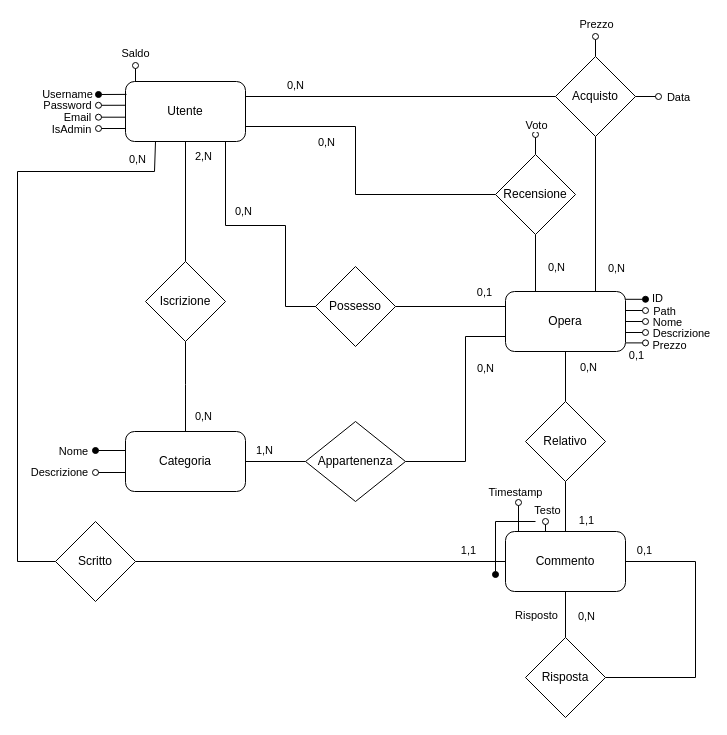
Giuseppe5000/TecWeb keeps this draw.io diagram as page "ristrutturato" (1 of 3) of DB/schema_ristrutturato.drawio. Above is the earlier version. Source tidied: cells renumbered, new cells numbered last; positions are measured from the earlier drawing's top-left corner, leaving out a move shared by most shapes. Both pictures are drawn from the tidied source at 100%, with x=0, y=0 at pixel (17, 36).
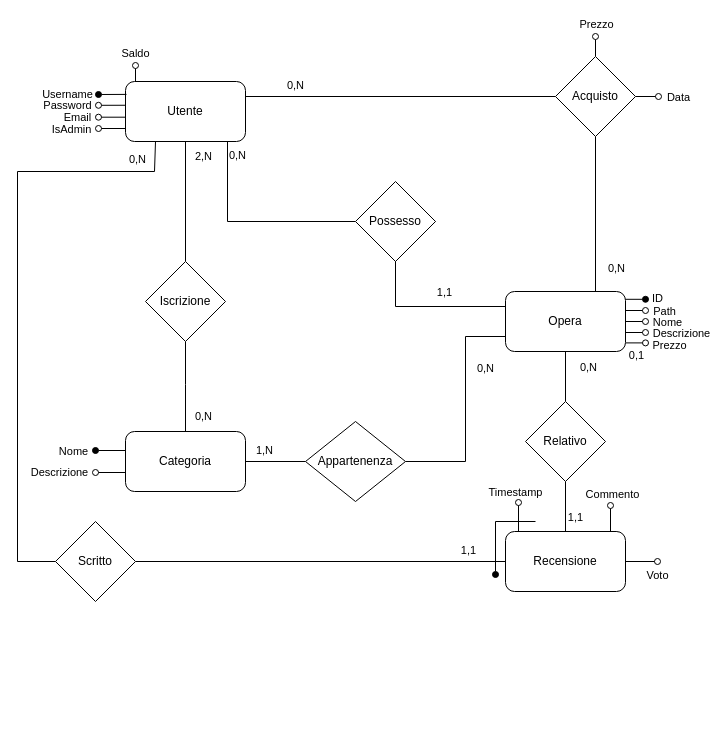
The same diagram, later.

Unchanged cells that the change refers to:
```xml
<mxCell id="7" value="Utente" style="rounded=1;whiteSpace=wrap;html=1;" parent="1" vertex="1">
  <mxGeometry x="108" y="45" width="120" height="60" as="geometry" />
</mxCell>
<mxCell id="24" value="Opera" style="rounded=1;whiteSpace=wrap;html=1;" parent="1" vertex="1">
  <mxGeometry x="488" y="255" width="120" height="60" as="geometry" />
</mxCell>
<mxCell id="32" style="edgeStyle=orthogonalEdgeStyle;rounded=0;jettySize=auto;html=1;exitX=1;exitY=0.5;exitDx=0;exitDy=0;entryX=0;entryY=0.25;entryDx=0;entryDy=0;endArrow=none;endFill=0;" parent="1" edge="1" source="34" target="24">
  <mxGeometry relative="1" as="geometry">
    <Array as="points">
      <mxPoint x="378" y="270" />
    </Array>
  </mxGeometry>
</mxCell>
<mxCell id="38" style="edgeStyle=orthogonalEdgeStyle;rounded=0;jettySize=auto;html=1;exitX=0.5;exitY=1;exitDx=0;exitDy=0;entryX=0.5;entryY=0;entryDx=0;entryDy=0;endArrow=none;endFill=0;" parent="1" edge="1" source="40" target="35">
  <mxGeometry relative="1" as="geometry" />
</mxCell>
```

The edit, as a diff of the source:
```diff
@@
-    <mxCell id="4" style="edgeStyle=orthogonalEdgeStyle;rounded=0;jettySize=auto;html=1;exitX=1;exitY=0.75;exitDx=0;exitDy=0;entryX=0;entryY=0.5;entryDx=0;entryDy=0;endArrow=none;endFill=0;" parent="1" edge="1" source="7" target="29">
-      <mxGeometry relative="1" as="geometry">
-        <Array as="points">
-          <mxPoint x="338" y="90" />
-          <mxPoint x="338" y="158" />
-        </Array>
-      </mxGeometry>
-    </mxCell>
@@
+    <mxCell id="83" value="0,N" style="edgeStyle=orthogonalEdgeStyle;rounded=0;jettySize=auto;html=1;exitX=0.75;exitY=1;exitDx=0;exitDy=0;entryX=0;entryY=0.5;entryDx=0;entryDy=0;endArrow=none;endFill=0;" parent="1" edge="1" source="7" target="34">
+      <mxGeometry x="-0.76" y="10" relative="1" as="geometry">
+        <Array as="points">
+          <mxPoint x="210" y="105" />
+          <mxPoint x="210" y="185" />
+        </Array>
+      </mxGeometry>
+    </mxCell>
@@
-    <mxCell id="25" style="edgeStyle=orthogonalEdgeStyle;rounded=0;jettySize=auto;html=1;exitX=0.5;exitY=1;exitDx=0;exitDy=0;entryX=0.25;entryY=0;entryDx=0;entryDy=0;endArrow=none;endFill=0;" parent="1" edge="1" source="29" target="24">
-      <mxGeometry relative="1" as="geometry" />
-    </mxCell>
-    <mxCell id="26" value="0,N" style="edgeLabel;html=1;align=center;verticalAlign=middle;" parent="25" vertex="1">
-      <mxGeometry x="-0.1" y="2" relative="1" as="geometry">
-        <mxPoint x="18" y="6" as="offset" />
-      </mxGeometry>
-    </mxCell>
-    <mxCell id="27" style="edgeStyle=orthogonalEdgeStyle;rounded=0;jettySize=auto;html=1;exitX=0.5;exitY=0;exitDx=0;exitDy=0;endArrow=oval;endFill=0;" parent="1" edge="1" source="29">
-      <mxGeometry relative="1" as="geometry">
-        <mxPoint x="518" y="98" as="targetPoint" />
-      </mxGeometry>
-    </mxCell>
-    <mxCell id="28" value="Voto" style="edgeLabel;html=1;align=center;verticalAlign=middle;" parent="27" vertex="1">
-      <mxGeometry x="0.31" y="-1" relative="1" as="geometry">
-        <mxPoint x="-1" y="-17" as="offset" />
-      </mxGeometry>
-    </mxCell>
-    <mxCell id="29" value="Recensione" style="rhombus;whiteSpace=wrap;html=1;" parent="1" vertex="1">
-      <mxGeometry x="478" y="118" width="80" height="80" as="geometry" />
-    </mxCell>
-    <mxCell id="30" style="edgeStyle=orthogonalEdgeStyle;rounded=0;orthogonalLoop=1;jettySize=auto;html=1;exitX=0;exitY=0.5;exitDx=0;exitDy=0;entryX=0.75;entryY=1;entryDx=0;entryDy=0;endArrow=none;endFill=0;" parent="1" edge="1">
-      <mxGeometry relative="1" as="geometry">
-        <mxPoint x="308" y="270" as="sourcePoint" />
-        <mxPoint x="208" y="105" as="targetPoint" />
-        <Array as="points">
-          <mxPoint x="268" y="270" />
-          <mxPoint x="268" y="189" />
-          <mxPoint x="208" y="189" />
-        </Array>
-      </mxGeometry>
-    </mxCell>
-    <mxCell id="31" value="0,N" style="edgeLabel;html=1;align=center;verticalAlign=middle;" parent="30" vertex="1">
-      <mxGeometry x="0.11" relative="1" as="geometry">
-        <mxPoint x="-17" y="-15" as="offset" />
-      </mxGeometry>
-    </mxCell>
@@
-    <mxCell id="33" value="0,1" style="edgeLabel;html=1;align=center;verticalAlign=middle;" parent="32" vertex="1">
+    <mxCell id="33" value="1,1" style="edgeLabel;html=1;align=center;verticalAlign=middle;" parent="32" vertex="1">
       <mxGeometry x="0.35" y="-2" relative="1" as="geometry">
         <mxPoint x="14" y="-17" as="offset" />
       </mxGeometry>
     </mxCell>
     <mxCell id="34" value="Possesso" style="rhombus;whiteSpace=wrap;html=1;" parent="1" vertex="1">
-      <mxGeometry x="298" y="230" width="80" height="80" as="geometry" />
+      <mxGeometry x="338" y="145" width="80" height="80" as="geometry" />
     </mxCell>
+    <mxCell id="28" value="Voto" style="edgeStyle=orthogonalEdgeStyle;rounded=0;jettySize=auto;html=1;exitX=1;exitY=0.5;exitDx=0;exitDy=0;endArrow=oval;endFill=0;" parent="1" edge="1" source="35">
+      <mxGeometry x="1" y="-14" relative="1" as="geometry">
+        <mxPoint x="640" y="525" as="targetPoint" />
+      </mxGeometry>
+    </mxCell>
-    <mxCell id="35" value="Commento" style="rounded=1;whiteSpace=wrap;html=1;" parent="1" vertex="1">
+    <mxCell id="35" value="Recensione" style="rounded=1;whiteSpace=wrap;html=1;" parent="1" vertex="1">
       <mxGeometry x="488" y="495" width="120" height="60" as="geometry" />
     </mxCell>
@@
     <mxCell id="39" value="1,1" style="edgeLabel;html=1;align=center;verticalAlign=middle;" parent="38" vertex="1">
       <mxGeometry x="0.04" y="-1" relative="1" as="geometry">
-        <mxPoint x="21" y="12" as="offset" />
+        <mxPoint x="10" y="9" as="offset" />
       </mxGeometry>
     </mxCell>
@@
-    <mxCell id="43" value="0,N" style="edgeLabel;html=1;align=center;verticalAlign=middle;" parent="1" vertex="1">
-      <mxGeometry x="308" y="105" as="geometry" />
-    </mxCell>
@@
-    <mxCell id="71" style="edgeStyle=orthogonalEdgeStyle;rounded=0;jettySize=auto;html=1;exitX=1;exitY=0.5;exitDx=0;exitDy=0;entryX=1;entryY=0.5;entryDx=0;entryDy=0;endArrow=none;endFill=0;" parent="1" edge="1" source="72">
-      <mxGeometry relative="1" as="geometry">
-        <mxPoint x="608" y="525" as="targetPoint" />
-        <Array as="points">
-          <mxPoint x="678" y="641" />
-          <mxPoint x="678" y="525" />
-        </Array>
-      </mxGeometry>
-    </mxCell>
-    <mxCell id="72" value="Risposta" style="rhombus;whiteSpace=wrap;html=1;" parent="1" vertex="1">
-      <mxGeometry x="508" y="601" width="80" height="80" as="geometry" />
-    </mxCell>
-    <mxCell id="73" value="Risposto" style="edgeLabel;html=1;align=center;verticalAlign=middle;" parent="1" vertex="1">
-      <mxGeometry x="522" y="573" as="geometry">
-        <mxPoint x="-4" y="5" as="offset" />
-      </mxGeometry>
-    </mxCell>
-    <mxCell id="74" style="edgeStyle=orthogonalEdgeStyle;rounded=0;jettySize=auto;html=1;exitX=0.5;exitY=0;exitDx=0;exitDy=0;entryX=0.5;entryY=1;entryDx=0;entryDy=0;endArrow=none;endFill=0;" parent="1" edge="1" source="72">
-      <mxGeometry relative="1" as="geometry">
-        <mxPoint x="548" y="555" as="targetPoint" />
-      </mxGeometry>
-    </mxCell>
-    <mxCell id="75" value="0,N" style="edgeLabel;html=1;align=center;verticalAlign=middle;" parent="1" vertex="1">
-      <mxGeometry x="568" y="579" as="geometry" />
-    </mxCell>
-    <mxCell id="76" value="0,1" style="edgeLabel;html=1;align=center;verticalAlign=middle;" parent="1" vertex="1">
-      <mxGeometry x="687" y="579" as="geometry">
-        <mxPoint x="-61" y="-66" as="offset" />
-      </mxGeometry>
-    </mxCell>
     <mxCell id="77" style="edgeStyle=orthogonalEdgeStyle;rounded=0;orthogonalLoop=1;jettySize=auto;html=1;exitX=0.334;exitY=0;exitDx=0;exitDy=0;endArrow=oval;endFill=0;exitPerimeter=0;" parent="1" edge="1">
       <mxGeometry relative="1" as="geometry">
-        <mxPoint x="528" y="495" as="sourcePoint" />
-        <mxPoint x="528" y="485" as="targetPoint" />
+        <mxPoint x="599" y="495" as="sourcePoint" />
+        <mxPoint x="593" y="469" as="targetPoint" />
       </mxGeometry>
     </mxCell>
-    <mxCell id="78" value="Testo" style="edgeLabel;html=1;align=center;verticalAlign=middle;" parent="77" vertex="1">
+    <mxCell id="78" value="Commento" style="edgeLabel;html=1;align=center;verticalAlign=middle;" parent="77" vertex="1">
       <mxGeometry x="1" y="-5" relative="1" as="geometry">
         <mxPoint x="-4" y="-12" as="offset" />
       </mxGeometry>
     </mxCell>
```
